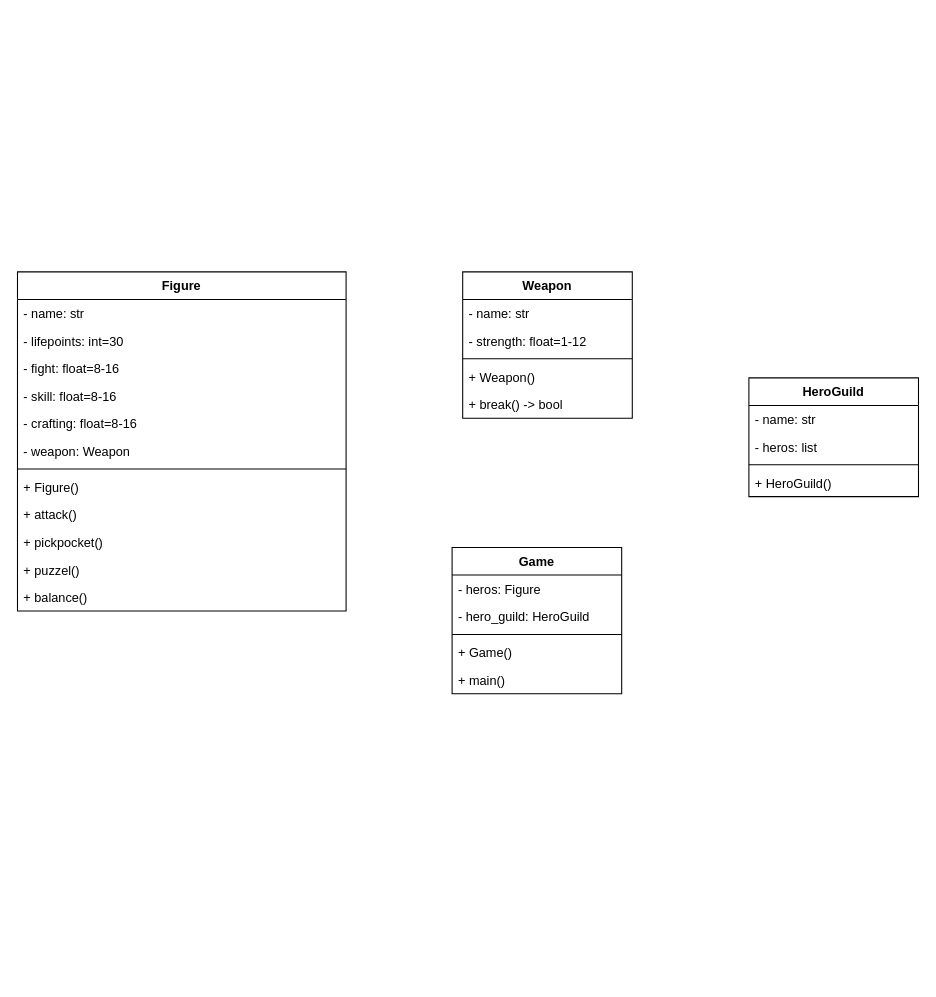
Above: Klassendiagramm.drawio in JL710/noname-rollplaygame (draw.io), before the change. Source tidied: cells renumbered, new cells numbered last; positions are measured from the earlier drawing's top-left corner, leaving out a move shared by most shapes. Both pictures are drawn from the tidied source at 106%, with x=0, y=0 at pixel (17, 271).
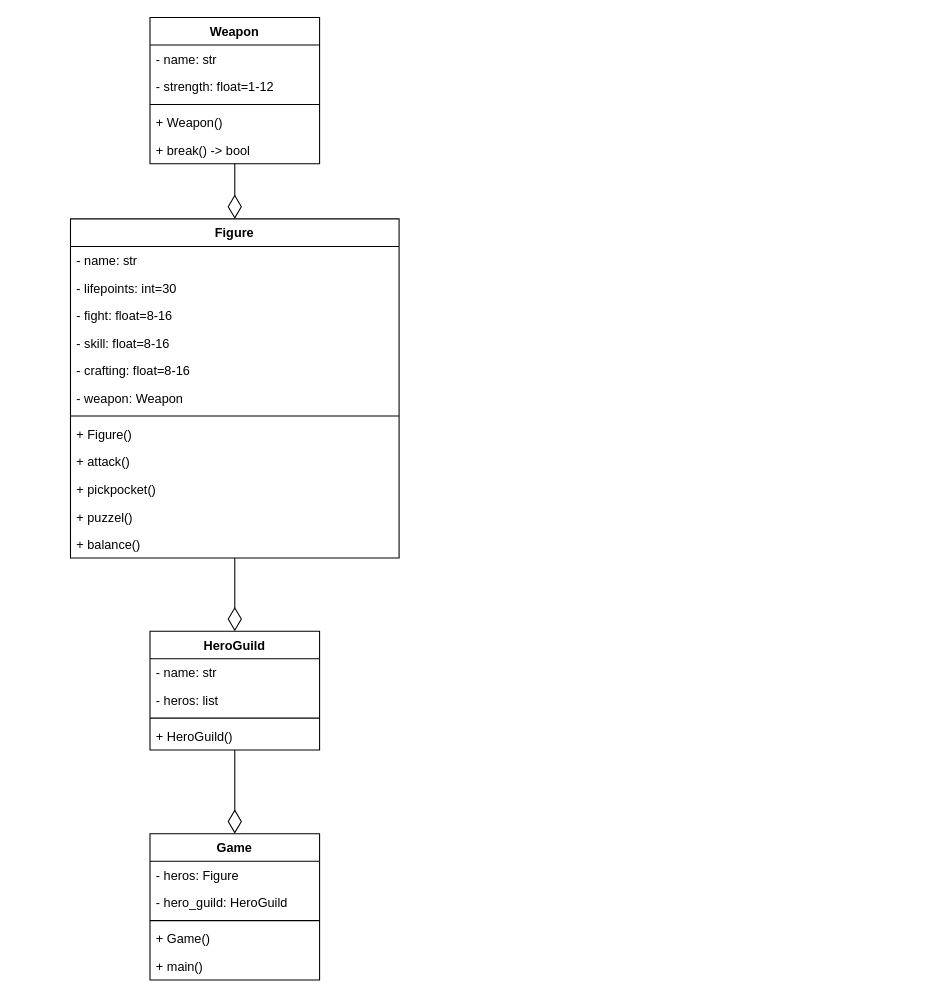
The same diagram, later.

Diff of the diagram source:
```diff
@@
+    <mxCell id="32" style="edgeStyle=orthogonalEdgeStyle;rounded=0;jettySize=auto;html=1;exitX=0.5;exitY=1;exitDx=0;exitDy=0;entryX=0.5;entryY=0;entryDx=0;entryDy=0;endArrow=diamondThin;endFill=0;strokeWidth=1;endSize=20;" parent="1" edge="1" source="2" target="27">
+      <mxGeometry relative="1" as="geometry" />
+    </mxCell>
     <mxCell id="2" value="Figure" style="swimlane;fontStyle=1;align=center;verticalAlign=top;horizontal=1;startSize=26;" parent="1" vertex="1">
-      <mxGeometry width="310" height="320" as="geometry" />
+      <mxGeometry x="50" y="-50" width="310" height="320" as="geometry" />
     </mxCell>
@@
+    <mxCell id="33" style="edgeStyle=orthogonalEdgeStyle;rounded=0;jettySize=auto;html=1;exitX=0.5;exitY=1;exitDx=0;exitDy=0;entryX=0.5;entryY=0;entryDx=0;entryDy=0;endArrow=diamondThin;endFill=0;strokeWidth=1;endSize=20;" parent="1" edge="1" source="15" target="2">
+      <mxGeometry relative="1" as="geometry" />
+    </mxCell>
     <mxCell id="15" value="Weapon" style="swimlane;fontStyle=1;align=center;verticalAlign=top;horizontal=1;startSize=26;" parent="1" vertex="1">
-      <mxGeometry x="420" width="160" height="138" as="geometry" />
+      <mxGeometry x="125" y="-240" width="160" height="138" as="geometry" />
     </mxCell>
@@
     <mxCell id="21" value="Game" style="swimlane;fontStyle=1;align=center;verticalAlign=top;horizontal=1;startSize=26;" parent="1" vertex="1">
-      <mxGeometry x="410" y="260" width="160" height="138" as="geometry" />
+      <mxGeometry x="125" y="530" width="160" height="138" as="geometry" />
     </mxCell>
@@
+    <mxCell id="34" style="edgeStyle=orthogonalEdgeStyle;rounded=0;jettySize=auto;html=1;exitX=0.5;exitY=1;exitDx=0;exitDy=0;entryX=0.5;entryY=0;entryDx=0;entryDy=0;endArrow=diamondThin;endFill=0;strokeWidth=1;jumpSize=18;strokeColor=default;arcSize=20;endSize=20;" parent="1" edge="1" source="27" target="21">
+      <mxGeometry relative="1" as="geometry" />
+    </mxCell>
     <mxCell id="27" value="HeroGuild" style="swimlane;fontStyle=1;align=center;verticalAlign=top;horizontal=1;startSize=26;" parent="1" vertex="1">
-      <mxGeometry x="690" y="100" width="160" height="112" as="geometry" />
+      <mxGeometry x="125" y="339" width="160" height="112" as="geometry" />
     </mxCell>
```
